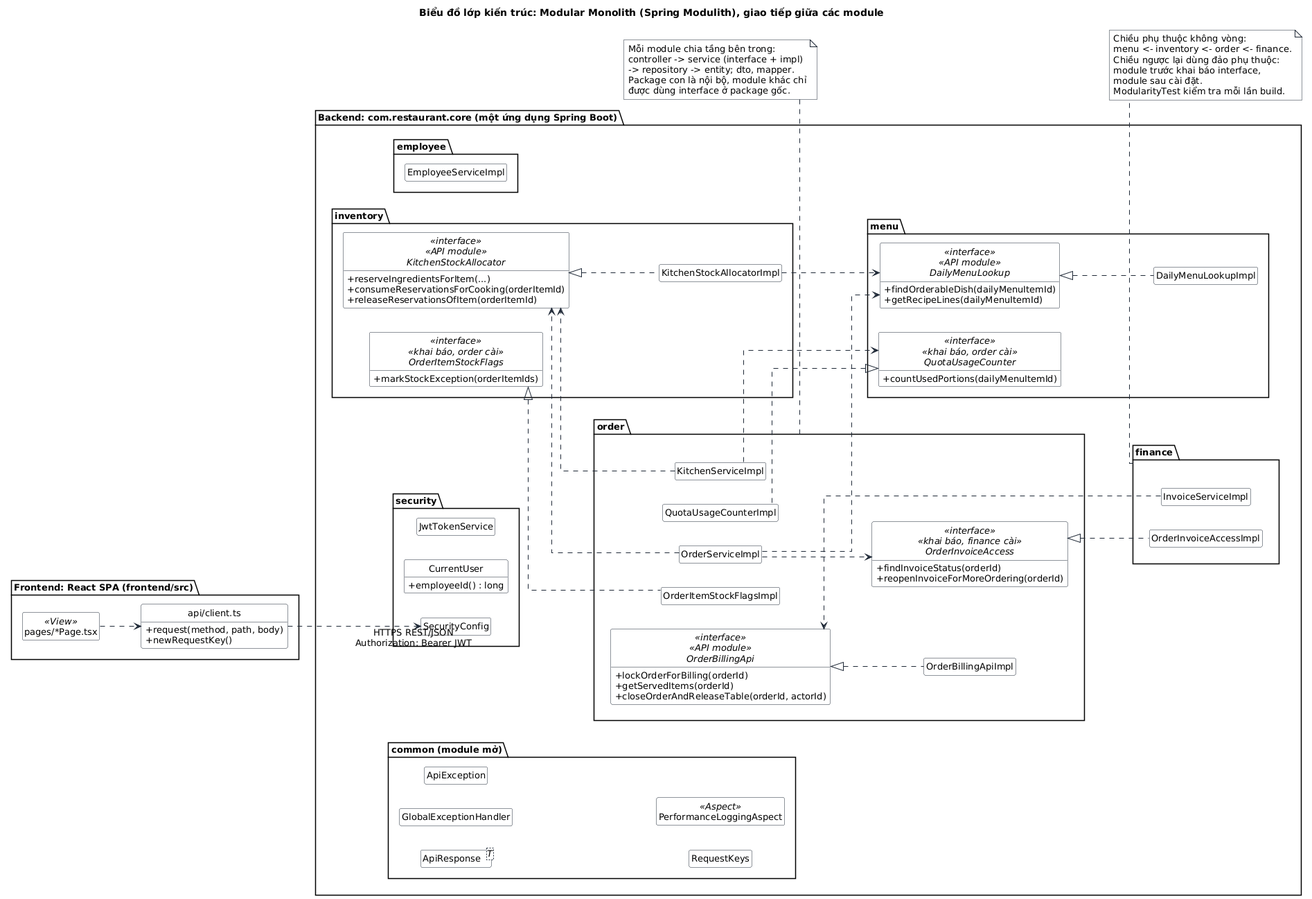
Above: docs/bao-cao-ltnc/uml/class-kien-truc.png in Anpham120/restaurant-management-system (PlantUML), before the change.
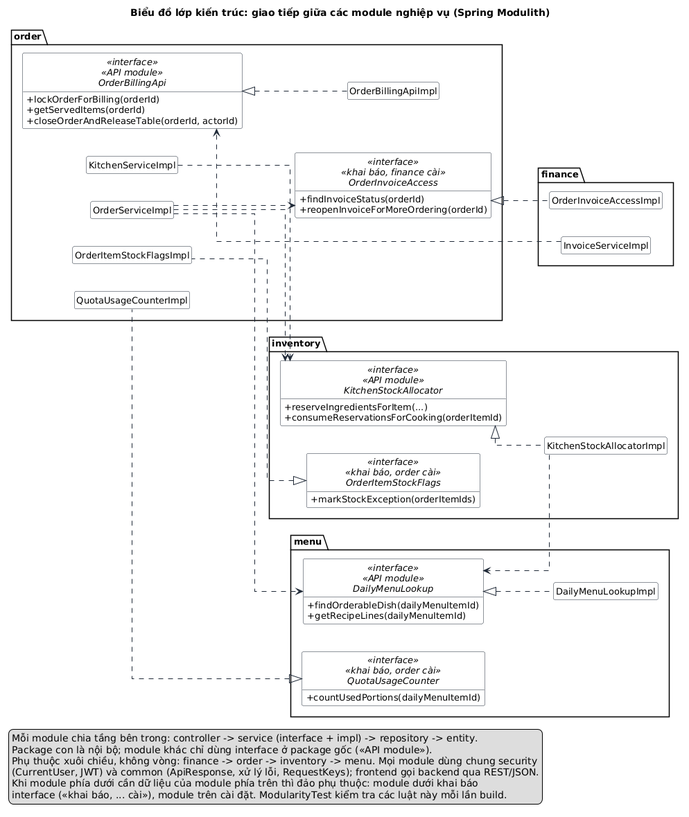
After the change.

Change to the diagram source:
```diff
@@ -2,111 +2,73 @@
 !include _style.iuml
 skinparam style strictuml
 hide empty members
-title Biểu đồ lớp kiến trúc: Modular Monolith (Spring Modulith), giao tiếp giữa các module
 skinparam linetype ortho
 left to right direction
-hide empty members
+skinparam nodesep 40
+skinparam ranksep 55
+title Biểu đồ lớp kiến trúc: giao tiếp giữa các module nghiệp vụ (Spring Modulith)
 
-package "Frontend: React SPA (frontend/src)" as FE {
-  class "pages/*Page.tsx" as Pages <<View>>
-  class "api/client.ts" as Api {
-    + request(method, path, body)
-    + newRequestKey()
+package "finance" as finance {
+  class InvoiceServiceImpl
+  class OrderInvoiceAccessImpl
+}
+package "order" as order {
+  interface OrderBillingApi <<interface>> <<API module>> {
+    + lockOrderForBilling(orderId)
+    + getServedItems(orderId)
+    + closeOrderAndReleaseTable(orderId, actorId)
   }
-  Pages ..> Api
+  interface OrderInvoiceAccess <<interface>> <<khai báo, finance cài>> {
+    + findInvoiceStatus(orderId)
+    + reopenInvoiceForMoreOrdering(orderId)
+  }
+  class OrderBillingApiImpl
+  class OrderServiceImpl
+  class KitchenServiceImpl
+  class QuotaUsageCounterImpl
+  class OrderItemStockFlagsImpl
 }
+package "inventory" as inventory {
+  interface KitchenStockAllocator <<interface>> <<API module>> {
+    + reserveIngredientsForItem(...)
+    + consumeReservationsForCooking(orderItemId)
+  }
+  interface OrderItemStockFlags <<interface>> <<khai báo, order cài>> {
+    + markStockException(orderItemIds)
+  }
+  class KitchenStockAllocatorImpl
+}
+package "menu" as menu {
+  interface DailyMenuLookup <<interface>> <<API module>> {
+    + findOrderableDish(dailyMenuItemId)
+    + getRecipeLines(dailyMenuItemId)
+  }
+  interface QuotaUsageCounter <<interface>> <<khai báo, order cài>> {
+    + countUsedPortions(dailyMenuItemId)
+  }
+  class DailyMenuLookupImpl
+}
+InvoiceServiceImpl ..> OrderBillingApi
+OrderServiceImpl ..> KitchenStockAllocator
+KitchenServiceImpl ..> KitchenStockAllocator
+OrderServiceImpl ..> DailyMenuLookup
+KitchenStockAllocatorImpl ..> DailyMenuLookup
+OrderServiceImpl ..> OrderInvoiceAccess
 
-package "Backend: com.restaurant.core (một ứng dụng Spring Boot)" as BE {
-  package "common (module mở)" as common {
-    class ApiResponse<T>
-    class GlobalExceptionHandler
-    class ApiException
-    class RequestKeys
-    class PerformanceLoggingAspect <<Aspect>>
-  }
-  package "security" as security {
-    class SecurityConfig
-    class CurrentUser {
-      + employeeId() : long
-    }
-    class JwtTokenService
-  }
-  package "menu" as menu {
-    interface DailyMenuLookup <<interface>> <<API module>> {
-      + findOrderableDish(dailyMenuItemId)
-      + getRecipeLines(dailyMenuItemId)
-    }
-    interface QuotaUsageCounter <<interface>> <<khai báo, order cài>> {
-      + countUsedPortions(dailyMenuItemId)
-    }
-    class DailyMenuLookupImpl
-  }
-  package "inventory" as inventory {
-    interface KitchenStockAllocator <<interface>> <<API module>> {
-      + reserveIngredientsForItem(...)
-      + consumeReservationsForCooking(orderItemId)
-      + releaseReservationsOfItem(orderItemId)
-    }
-    interface OrderItemStockFlags <<interface>> <<khai báo, order cài>> {
-      + markStockException(orderItemIds)
-    }
-    class KitchenStockAllocatorImpl
-  }
-  package "order" as order {
-    interface OrderBillingApi <<interface>> <<API module>> {
-      + lockOrderForBilling(orderId)
-      + getServedItems(orderId)
-      + closeOrderAndReleaseTable(orderId, actorId)
-    }
-    interface OrderInvoiceAccess <<interface>> <<khai báo, finance cài>> {
-      + findInvoiceStatus(orderId)
-      + reopenInvoiceForMoreOrdering(orderId)
-    }
-    class OrderServiceImpl
-    class KitchenServiceImpl
-    class OrderBillingApiImpl
-    class QuotaUsageCounterImpl
-    class OrderItemStockFlagsImpl
-  }
-  package "finance" as finance {
-    class InvoiceServiceImpl
-    class OrderInvoiceAccessImpl
-  }
-  package "employee" as employee {
-    class EmployeeServiceImpl
-  }
-}
-
-Api ..> SecurityConfig : HTTPS REST/JSON\nAuthorization: Bearer JWT
-
+OrderBillingApi <|.. OrderBillingApiImpl
+KitchenStockAllocator <|.. KitchenStockAllocatorImpl
 DailyMenuLookup <|.. DailyMenuLookupImpl
-KitchenStockAllocator <|.. KitchenStockAllocatorImpl
-OrderBillingApi <|.. OrderBillingApiImpl
+OrderInvoiceAccess <|.. OrderInvoiceAccessImpl
 QuotaUsageCounter <|.. QuotaUsageCounterImpl
 OrderItemStockFlags <|.. OrderItemStockFlagsImpl
-OrderInvoiceAccess <|.. OrderInvoiceAccessImpl
 
-OrderServiceImpl ..> DailyMenuLookup
-OrderServiceImpl ..> KitchenStockAllocator
-OrderServiceImpl ..> OrderInvoiceAccess
-KitchenServiceImpl ..> KitchenStockAllocator
-KitchenServiceImpl ..> QuotaUsageCounter
-InvoiceServiceImpl ..> OrderBillingApi
-KitchenStockAllocatorImpl ..> DailyMenuLookup
 
-note bottom of order
-  Mỗi module chia tầng bên trong:
-  controller -> service (interface + impl)
-  -> repository -> entity; dto, mapper.
-  Package con là nội bộ, module khác chỉ
-  được dùng interface ở package gốc.
-end note
-note bottom of finance
-  Chiều phụ thuộc không vòng:
-  menu <- inventory <- order <- finance.
-  Chiều ngược lại dùng đảo phụ thuộc:
-  module trước khai báo interface,
-  module sau cài đặt.
-  ModularityTest kiểm tra mỗi lần build.
-end note
+legend bottom left
+  Mỗi module chia tầng bên trong: controller -> service (interface + impl) -> repository -> entity.
+  Package con là nội bộ; module khác chỉ dùng interface ở package gốc («API module»).
+  Phụ thuộc xuôi chiều, không vòng: finance -> order -> inventory -> menu. Mọi module dùng chung security
+  (CurrentUser, JWT) và common (ApiResponse, xử lý lỗi, RequestKeys); frontend gọi backend qua REST/JSON.
+  Khi module phía dưới cần dữ liệu của module phía trên thì đảo phụ thuộc: module dưới khai báo
+  interface («khai báo, ... cài»), module trên cài đặt. ModularityTest kiểm tra các luật này mỗi lần build.
+endlegend
 @enduml
```
